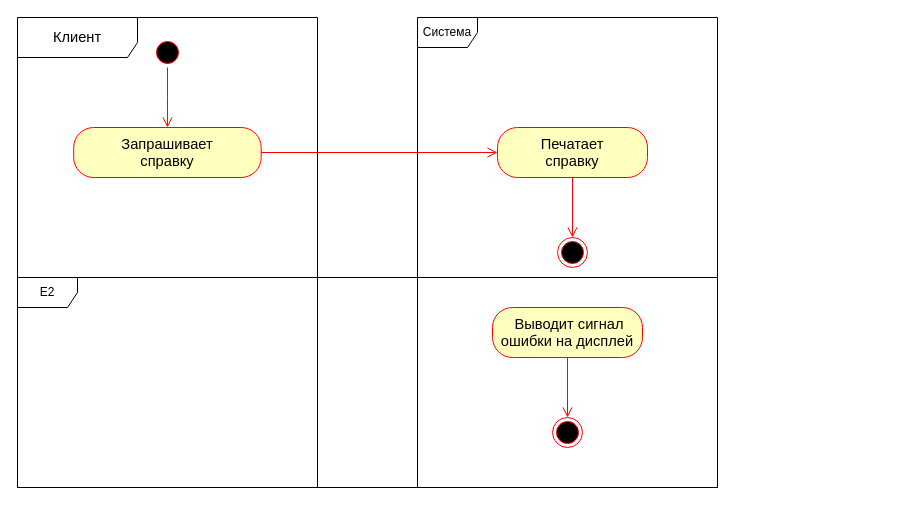
Earlier version of the draw.io diagram page "Распечатать справку" (3 of 5) of папс/Банкомат/Банкомат Активность.drawio (KvoERR/pnrpu-3rd-year). Source tidied: cells renumbered, new cells numbered last; positions are measured from the earlier drawing's top-left corner, leaving out a move shared by most shapes. Both pictures are drawn from the tidied source at 100%, with x=0, y=0 at pixel (17, 17).
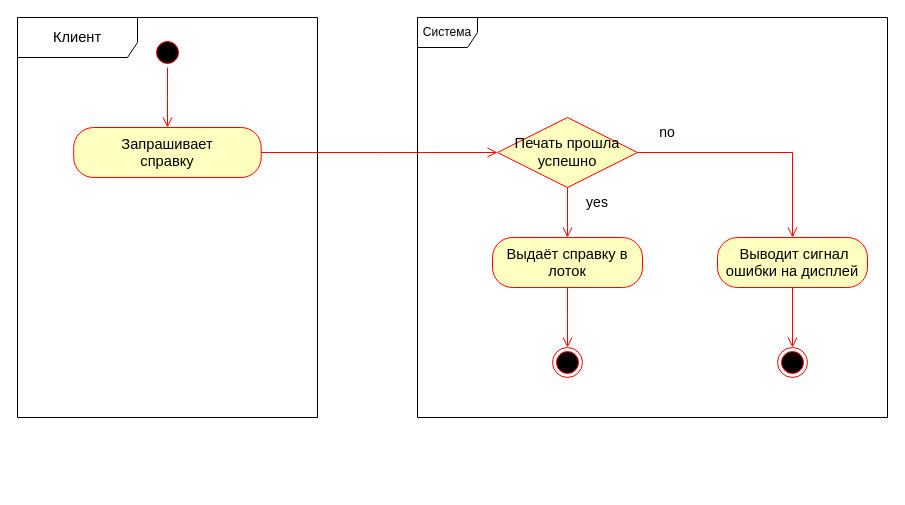
Above is the later version.

Unchanged cells that the change refers to:
```xml
<mxCell id="5" value="&lt;span style=&quot;font-size:11.0pt;line-height:115%;&lt;br/&gt;font-family:&amp;quot;Calibri&amp;quot;,sans-serif;mso-ascii-theme-font:minor-latin;mso-fareast-font-family:&lt;br/&gt;Calibri;mso-fareast-theme-font:minor-latin;mso-hansi-theme-font:minor-latin;&lt;br/&gt;mso-bidi-font-family:&amp;quot;Times New Roman&amp;quot;;mso-bidi-theme-font:minor-bidi;&lt;br/&gt;mso-ansi-language:RU;mso-fareast-language:EN-US;mso-bidi-language:AR-SA&quot;&gt;Запрашивает&lt;br/&gt;справку&lt;/span&gt;" style="rounded=1;whiteSpace=wrap;html=1;arcSize=40;fontColor=#000000;fillColor=#ffffc0;strokeColor=#ff0000;" parent="1" vertex="1">
  <mxGeometry x="56.2" y="110" width="187.5" height="50" as="geometry" />
</mxCell>
```

The edit, as a diff of the source:
```diff
@@
     <mxCell id="2" value="&lt;span style=&quot;font-size:11.0pt;line-height:115%;&lt;br/&gt;font-family:&amp;quot;Calibri&amp;quot;,sans-serif;mso-ascii-theme-font:minor-latin;mso-fareast-font-family:&lt;br/&gt;Calibri;mso-fareast-theme-font:minor-latin;mso-hansi-theme-font:minor-latin;&lt;br/&gt;mso-bidi-font-family:&amp;quot;Times New Roman&amp;quot;;mso-bidi-theme-font:minor-bidi;&lt;br/&gt;mso-ansi-language:RU;mso-fareast-language:EN-US;mso-bidi-language:AR-SA&quot;&gt;Клиент&lt;/span&gt;" style="shape=umlFrame;whiteSpace=wrap;html=1;width=120;height=40;" parent="1" vertex="1">
-      <mxGeometry width="300" height="470" as="geometry" />
+      <mxGeometry width="300" height="400" as="geometry" />
     </mxCell>
@@
-    <mxCell id="6" style="edgeStyle=orthogonalEdgeStyle;html=1;verticalAlign=bottom;endArrow=open;endSize=8;strokeColor=#ff0000;rounded=0;entryX=0;entryY=0.5;entryDx=0;entryDy=0;" parent="1" edge="1" source="5" target="8">
-      <mxGeometry relative="1" as="geometry" />
+    <mxCell id="6" style="edgeStyle=orthogonalEdgeStyle;html=1;verticalAlign=bottom;endArrow=open;endSize=8;strokeColor=#ff0000;rounded=0;entryX=0;entryY=0.5;entryDx=0;entryDy=0;" parent="1" edge="1" source="5">
+      <mxGeometry relative="1" as="geometry">
+        <mxPoint x="480" y="135" as="targetPoint" />
+      </mxGeometry>
     </mxCell>
     <mxCell id="7" value="Система" style="shape=umlFrame;whiteSpace=wrap;html=1;" parent="1" vertex="1">
-      <mxGeometry x="400" width="300" height="470" as="geometry" />
+      <mxGeometry x="400" width="470" height="400" as="geometry" />
     </mxCell>
-    <mxCell id="8" value="&lt;span style=&quot;font-size:11.0pt;line-height:115%;&lt;br/&gt;font-family:&amp;quot;Calibri&amp;quot;,sans-serif;mso-ascii-theme-font:minor-latin;mso-fareast-font-family:&lt;br/&gt;Calibri;mso-fareast-theme-font:minor-latin;mso-hansi-theme-font:minor-latin;&lt;br/&gt;mso-bidi-font-family:&amp;quot;Times New Roman&amp;quot;;mso-bidi-theme-font:minor-bidi;&lt;br/&gt;mso-ansi-language:RU;mso-fareast-language:EN-US;mso-bidi-language:AR-SA&quot;&gt;Печатает&lt;br/&gt;справку&lt;/span&gt;" style="rounded=1;whiteSpace=wrap;html=1;arcSize=40;fontColor=#000000;fillColor=#ffffc0;strokeColor=#ff0000;" parent="1" vertex="1">
-      <mxGeometry x="480" y="110" width="150" height="50" as="geometry" />
-    </mxCell>
-    <mxCell id="9" style="edgeStyle=orthogonalEdgeStyle;html=1;verticalAlign=bottom;endArrow=open;endSize=8;strokeColor=#ff0000;rounded=0;entryX=0.5;entryY=0;entryDx=0;entryDy=0;" parent="1" edge="1" source="8" target="10">
-      <mxGeometry relative="1" as="geometry" />
+    <mxCell id="9" style="edgeStyle=orthogonalEdgeStyle;html=1;verticalAlign=bottom;endArrow=open;endSize=8;strokeColor=#ff0000;rounded=0;" parent="1" edge="1" source="15" target="19">
+      <mxGeometry relative="1" as="geometry">
+        <Array as="points">
+          <mxPoint x="550" y="210" />
+          <mxPoint x="550" y="210" />
+        </Array>
+      </mxGeometry>
     </mxCell>
     <mxCell id="10" style="ellipse;html=1;shape=endState;fillColor=#000000;strokeColor=#ff0000;" parent="1" vertex="1">
-      <mxGeometry x="540" y="220" width="30" height="30" as="geometry" />
+      <mxGeometry x="535" y="330" width="30" height="30" as="geometry" />
     </mxCell>
-    <mxCell id="11" value="E2" style="shape=umlFrame;whiteSpace=wrap;html=1;" parent="1" vertex="1">
-      <mxGeometry y="260" width="700" height="210" as="geometry" />
-    </mxCell>
     <mxCell id="12" value="&lt;span style=&quot;font-size:11.0pt;line-height:115%;&lt;br/&gt;font-family:&amp;quot;Calibri&amp;quot;,sans-serif;mso-ascii-theme-font:minor-latin;mso-fareast-font-family:&lt;br/&gt;Calibri;mso-fareast-theme-font:minor-latin;mso-hansi-theme-font:minor-latin;&lt;br/&gt;mso-bidi-font-family:&amp;quot;Times New Roman&amp;quot;;mso-bidi-theme-font:minor-bidi;&lt;br/&gt;mso-ansi-language:RU;mso-fareast-language:EN-US;mso-bidi-language:AR-SA&quot;&gt;&amp;nbsp;Выводит сигнал ошибки на дисплей&lt;/span&gt;" style="rounded=1;whiteSpace=wrap;html=1;arcSize=40;fontColor=#000000;fillColor=#ffffc0;strokeColor=#ff0000;" parent="1" vertex="1">
-      <mxGeometry x="475" y="290" width="150" height="50" as="geometry" />
+      <mxGeometry x="700" y="220" width="150" height="50" as="geometry" />
     </mxCell>
-    <mxCell id="13" style="edgeStyle=orthogonalEdgeStyle;html=1;verticalAlign=bottom;endArrow=open;endSize=8;strokeColor=#ff0000;rounded=0;entryX=0.5;entryY=0;entryDx=0;entryDy=0;" parent="1" edge="1" source="12" target="14">
+    <mxCell id="13" style="edgeStyle=orthogonalEdgeStyle;html=1;verticalAlign=bottom;endArrow=open;endSize=8;strokeColor=#ff0000;rounded=0;exitX=0.5;exitY=1;exitDx=0;exitDy=0;entryX=0.5;entryY=0;entryDx=0;entryDy=0;" parent="1" edge="1" source="12" target="14">
       <mxGeometry relative="1" as="geometry" />
     </mxCell>
     <mxCell id="14" style="ellipse;html=1;shape=endState;fillColor=#000000;strokeColor=#ff0000;" parent="1" vertex="1">
-      <mxGeometry x="535" y="400" width="30" height="30" as="geometry" />
+      <mxGeometry x="760" y="330" width="30" height="30" as="geometry" />
     </mxCell>
+    <mxCell id="15" value="&lt;span style=&quot;font-size: 14.6667px;&quot;&gt;Печать прошла успешно&lt;/span&gt;" style="rhombus;whiteSpace=wrap;html=1;fontColor=#000000;fillColor=#ffffc0;strokeColor=#ff0000;" parent="1" vertex="1">
+      <mxGeometry x="480" y="100" width="140" height="70" as="geometry" />
+    </mxCell>
+    <mxCell id="16" value="&lt;font style=&quot;font-size: 14px;&quot;&gt;no&lt;/font&gt;" style="text;html=1;whiteSpace=wrap;strokeColor=none;fillColor=none;align=center;verticalAlign=middle;rounded=0;" parent="1" vertex="1">
+      <mxGeometry x="620" y="100" width="60" height="30" as="geometry" />
+    </mxCell>
+    <mxCell id="17" value="&lt;font style=&quot;font-size: 14px;&quot;&gt;yes&lt;/font&gt;" style="text;html=1;whiteSpace=wrap;strokeColor=none;fillColor=none;align=center;verticalAlign=middle;rounded=0;" parent="1" vertex="1">
+      <mxGeometry x="550" y="170" width="60" height="30" as="geometry" />
+    </mxCell>
+    <mxCell id="18" style="edgeStyle=orthogonalEdgeStyle;html=1;verticalAlign=bottom;endArrow=open;endSize=8;strokeColor=#ff0000;rounded=0;entryX=0.5;entryY=0;entryDx=0;entryDy=0;" parent="1" edge="1" source="15" target="12">
+      <mxGeometry relative="1" as="geometry" />
+    </mxCell>
+    <mxCell id="19" value="&lt;span style=&quot;font-size:11.0pt;line-height:115%;&amp;lt;br/&amp;gt;font-family:&amp;quot;Calibri&amp;quot;,sans-serif;mso-ascii-theme-font:minor-latin;mso-fareast-font-family:&amp;lt;br/&amp;gt;Calibri;mso-fareast-theme-font:minor-latin;mso-hansi-theme-font:minor-latin;&amp;lt;br/&amp;gt;mso-bidi-font-family:&amp;quot;Times New Roman&amp;quot;;mso-bidi-theme-font:minor-bidi;&amp;lt;br/&amp;gt;mso-ansi-language:RU;mso-fareast-language:EN-US;mso-bidi-language:AR-SA&quot;&gt;Выдаёт справку в лоток&lt;/span&gt;" style="rounded=1;whiteSpace=wrap;html=1;arcSize=40;fontColor=#000000;fillColor=#ffffc0;strokeColor=#ff0000;" parent="1" vertex="1">
+      <mxGeometry x="475" y="220" width="150" height="50" as="geometry" />
+    </mxCell>
+    <mxCell id="20" style="edgeStyle=orthogonalEdgeStyle;html=1;verticalAlign=bottom;endArrow=open;endSize=8;strokeColor=#ff0000;rounded=0;exitX=0.5;exitY=1;exitDx=0;exitDy=0;entryX=0.5;entryY=0;entryDx=0;entryDy=0;" parent="1" edge="1" source="19" target="10">
+      <mxGeometry relative="1" as="geometry">
+        <Array as="points">
+          <mxPoint x="550" y="300" />
+          <mxPoint x="550" y="300" />
+        </Array>
+      </mxGeometry>
+    </mxCell>
```
